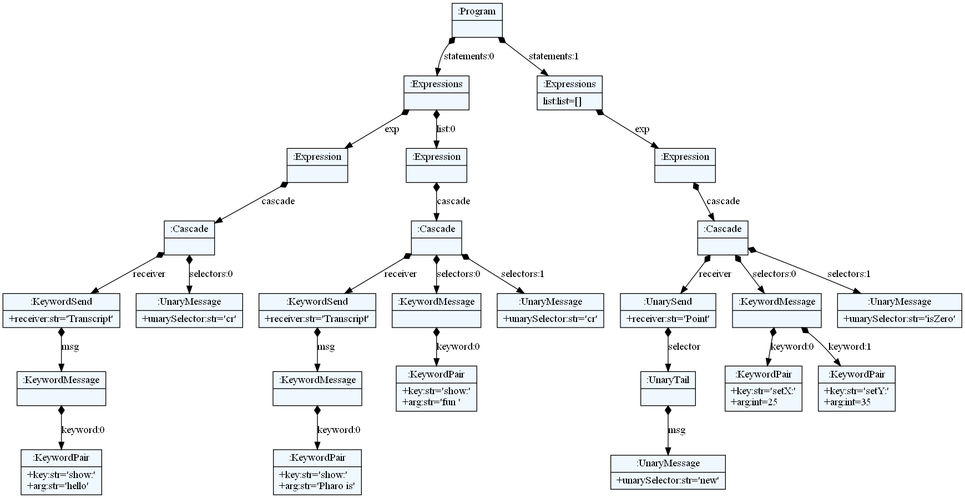
The Graphviz diagram parser/images/cascade.png in spcnz/smalltalk-parser, before a commit. Its source is kept beside it as parser/dot/cascade.dot.
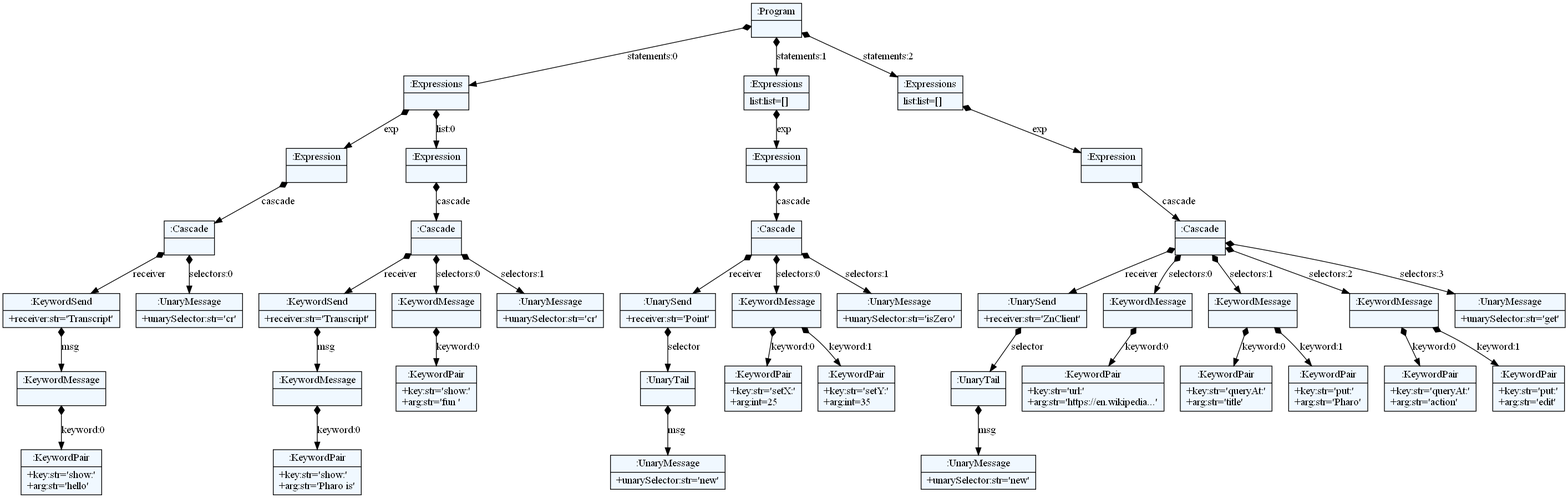
After the commit.

The edit, as a diff of the source:
```diff
@@ -10,56 +10,86 @@
     edge[dir=black,arrowtail=empty]
 
 
-1565906946984 -> 1565906995800 [label="statements:0" arrowtail=diamond dir=both]
-1565906995800 -> 1565906995688 [label="exp" arrowtail=diamond dir=both]
-1565906995688 -> 1565906995240 [label="cascade" arrowtail=diamond dir=both]
-1565906995240 -> 1565906996584 [label="receiver" arrowtail=diamond dir=both]
-1565906996584 -> 1565906993224 [label="msg" arrowtail=diamond dir=both]
-1565906993224 -> 1565906993728 [label="keyword:0" arrowtail=diamond dir=both]
-1565906993728[label="{:KeywordPair|+key:str='show:'\l+arg:str='hello'\l}"]
-1565906993224[label="{:KeywordMessage|}"]
-1565906996584[label="{:KeywordSend|+receiver:str='Transcript'\l}"]
-1565906995240 -> 1565906994120 [label="selectors:0" arrowtail=diamond dir=both]
-1565906994120[label="{:UnaryMessage|+unarySelector:str='cr'\l}"]
-1565906995240[label="{:Cascade|}"]
-1565906995688[label="{:Expression|}"]
-1565906995800 -> 1565906996080 [label="list:0" arrowtail=diamond dir=both]
-1565906996080 -> 1565906995464 [label="cascade" arrowtail=diamond dir=both]
-1565906995464 -> 1565906993672 [label="receiver" arrowtail=diamond dir=both]
-1565906993672 -> 1565906996304 [label="msg" arrowtail=diamond dir=both]
-1565906996304 -> 1565906994792 [label="keyword:0" arrowtail=diamond dir=both]
-1565906994792[label="{:KeywordPair|+key:str='show:'\l+arg:str='Pharo is'\l}"]
-1565906996304[label="{:KeywordMessage|}"]
-1565906993672[label="{:KeywordSend|+receiver:str='Transcript'\l}"]
-1565906995464 -> 1565906993280 [label="selectors:0" arrowtail=diamond dir=both]
-1565906993280 -> 1565906994736 [label="keyword:0" arrowtail=diamond dir=both]
-1565906994736[label="{:KeywordPair|+key:str='show:'\l+arg:str='fun '\l}"]
-1565906993280[label="{:KeywordMessage|}"]
-1565906995464 -> 1565906993952 [label="selectors:1" arrowtail=diamond dir=both]
-1565906993952[label="{:UnaryMessage|+unarySelector:str='cr'\l}"]
-1565906995464[label="{:Cascade|}"]
-1565906996080[label="{:Expression|}"]
-1565906995800[label="{:Expressions|}"]
-1565906946984 -> 1565906996696 [label="statements:1" arrowtail=diamond dir=both]
-1565906996696 -> 1565906994344 [label="exp" arrowtail=diamond dir=both]
-1565906994344 -> 1565906995632 [label="cascade" arrowtail=diamond dir=both]
-1565906995632 -> 1565906995520 [label="receiver" arrowtail=diamond dir=both]
-1565906995520 -> 1565906994008 [label="selector" arrowtail=diamond dir=both]
-1565906994008 -> 1565906994064 [label="msg" arrowtail=diamond dir=both]
-1565906994064[label="{:UnaryMessage|+unarySelector:str='new'\l}"]
-1565906994008[label="{:UnaryTail|}"]
-1565906995520[label="{:UnarySend|+receiver:str='Point'\l}"]
-1565906995632 -> 1565906995352 [label="selectors:0" arrowtail=diamond dir=both]
-1565906995352 -> 1565906993896 [label="keyword:0" arrowtail=diamond dir=both]
-1565906993896[label="{:KeywordPair|+key:str='setX:'\l+arg:int=25\l}"]
-1565906995352 -> 1565902235296 [label="keyword:1" arrowtail=diamond dir=both]
-1565902235296[label="{:KeywordPair|+key:str='setY:'\l+arg:int=35\l}"]
-1565906995352[label="{:KeywordMessage|}"]
-1565906995632 -> 1565906994624 [label="selectors:1" arrowtail=diamond dir=both]
-1565906994624[label="{:UnaryMessage|+unarySelector:str='isZero'\l}"]
-1565906995632[label="{:Cascade|}"]
-1565906994344[label="{:Expression|}"]
-1565906996696[label="{:Expressions|list:list=[]\l}"]
-1565906946984[label="{:Program|}"]
+2161864177872 -> 2161881495424 [label="statements:0" arrowtail=diamond dir=both]
+2161881495424 -> 2161881495928 [label="exp" arrowtail=diamond dir=both]
+2161881495928 -> 2161881497496 [label="cascade" arrowtail=diamond dir=both]
+2161881497496 -> 2161881496712 [label="receiver" arrowtail=diamond dir=both]
+2161881496712 -> 2161849384576 [label="msg" arrowtail=diamond dir=both]
+2161849384576 -> 2161849384688 [label="keyword:0" arrowtail=diamond dir=both]
+2161849384688[label="{:KeywordPair|+key:str='show:'\l+arg:str='hello'\l}"]
+2161849384576[label="{:KeywordMessage|}"]
+2161881496712[label="{:KeywordSend|+receiver:str='Transcript'\l}"]
+2161881497496 -> 2161881635640 [label="selectors:0" arrowtail=diamond dir=both]
+2161881635640[label="{:UnaryMessage|+unarySelector:str='cr'\l}"]
+2161881497496[label="{:Cascade|}"]
+2161881495928[label="{:Expression|}"]
+2161881495424 -> 2161881495984 [label="list:0" arrowtail=diamond dir=both]
+2161881495984 -> 2161881496320 [label="cascade" arrowtail=diamond dir=both]
+2161881496320 -> 2161849384744 [label="receiver" arrowtail=diamond dir=both]
+2161849384744 -> 2161859686472 [label="msg" arrowtail=diamond dir=both]
+2161859686472 -> 2161859686640 [label="keyword:0" arrowtail=diamond dir=both]
+2161859686640[label="{:KeywordPair|+key:str='show:'\l+arg:str='Pharo is'\l}"]
+2161859686472[label="{:KeywordMessage|}"]
+2161849384744[label="{:KeywordSend|+receiver:str='Transcript'\l}"]
+2161881496320 -> 2161849384632 [label="selectors:0" arrowtail=diamond dir=both]
+2161849384632 -> 2161859686584 [label="keyword:0" arrowtail=diamond dir=both]
+2161859686584[label="{:KeywordPair|+key:str='show:'\l+arg:str='fun '\l}"]
+2161849384632[label="{:KeywordMessage|}"]
+2161881496320 -> 2161849384800 [label="selectors:1" arrowtail=diamond dir=both]
+2161849384800[label="{:UnaryMessage|+unarySelector:str='cr'\l}"]
+2161881496320[label="{:Cascade|}"]
+2161881495984[label="{:Expression|}"]
+2161881495424[label="{:Expressions|}"]
+2161864177872 -> 2161881495760 [label="statements:1" arrowtail=diamond dir=both]
+2161881495760 -> 2161881497216 [label="exp" arrowtail=diamond dir=both]
+2161881497216 -> 2161859686528 [label="cascade" arrowtail=diamond dir=both]
+2161859686528 -> 2161859686752 [label="receiver" arrowtail=diamond dir=both]
+2161859686752 -> 2161859687200 [label="selector" arrowtail=diamond dir=both]
+2161859687200 -> 2161859687312 [label="msg" arrowtail=diamond dir=both]
+2161859687312[label="{:UnaryMessage|+unarySelector:str='new'\l}"]
+2161859687200[label="{:UnaryTail|}"]
+2161859686752[label="{:UnarySend|+receiver:str='Point'\l}"]
+2161859686528 -> 2161859687032 [label="selectors:0" arrowtail=diamond dir=both]
+2161859687032 -> 2161859687256 [label="keyword:0" arrowtail=diamond dir=both]
+2161859687256[label="{:KeywordPair|+key:str='setX:'\l+arg:int=25\l}"]
+2161859687032 -> 2161859687368 [label="keyword:1" arrowtail=diamond dir=both]
+2161859687368[label="{:KeywordPair|+key:str='setY:'\l+arg:int=35\l}"]
+2161859687032[label="{:KeywordMessage|}"]
+2161859686528 -> 2161859687088 [label="selectors:1" arrowtail=diamond dir=both]
+2161859687088[label="{:UnaryMessage|+unarySelector:str='isZero'\l}"]
+2161859686528[label="{:Cascade|}"]
+2161881497216[label="{:Expression|}"]
+2161881495760[label="{:Expressions|list:list=[]\l}"]
+2161864177872 -> 2161881496096 [label="statements:2" arrowtail=diamond dir=both]
+2161881496096 -> 2161849384520 [label="exp" arrowtail=diamond dir=both]
+2161849384520 -> 2161859687144 [label="cascade" arrowtail=diamond dir=both]
+2161859687144 -> 2161859687592 [label="receiver" arrowtail=diamond dir=both]
+2161859687592 -> 2161859687872 [label="selector" arrowtail=diamond dir=both]
+2161859687872 -> 2161859687984 [label="msg" arrowtail=diamond dir=both]
+2161859687984[label="{:UnaryMessage|+unarySelector:str='new'\l}"]
+2161859687872[label="{:UnaryTail|}"]
+2161859687592[label="{:UnarySend|+receiver:str='ZnClient'\l}"]
+2161859687144 -> 2161859687648 [label="selectors:0" arrowtail=diamond dir=both]
+2161859687648 -> 2161859687928 [label="keyword:0" arrowtail=diamond dir=both]
+2161859687928[label="{:KeywordPair|+key:str='url:'\l+arg:str='https://en.wikipedia...'\l}"]
+2161859687648[label="{:KeywordMessage|}"]
+2161859687144 -> 2161859687760 [label="selectors:1" arrowtail=diamond dir=both]
+2161859687760 -> 2161859688096 [label="keyword:0" arrowtail=diamond dir=both]
+2161859688096[label="{:KeywordPair|+key:str='queryAt:'\l+arg:str='title'\l}"]
+2161859687760 -> 2161859688264 [label="keyword:1" arrowtail=diamond dir=both]
+2161859688264[label="{:KeywordPair|+key:str='put:'\l+arg:str='Pharo'\l}"]
+2161859687760[label="{:KeywordMessage|}"]
+2161859687144 -> 2161859687816 [label="selectors:2" arrowtail=diamond dir=both]
+2161859687816 -> 2161859688320 [label="keyword:0" arrowtail=diamond dir=both]
+2161859688320[label="{:KeywordPair|+key:str='queryAt:'\l+arg:str='action'\l}"]
+2161859687816 -> 2161859688544 [label="keyword:1" arrowtail=diamond dir=both]
+2161859688544[label="{:KeywordPair|+key:str='put:'\l+arg:str='edit'\l}"]
+2161859687816[label="{:KeywordMessage|}"]
+2161859687144 -> 2161859688040 [label="selectors:3" arrowtail=diamond dir=both]
+2161859688040[label="{:UnaryMessage|+unarySelector:str='get'\l}"]
+2161859687144[label="{:Cascade|}"]
+2161849384520[label="{:Expression|}"]
+2161881496096[label="{:Expressions|list:list=[]\l}"]
+2161864177872[label="{:Program|}"]
 
 }
```
